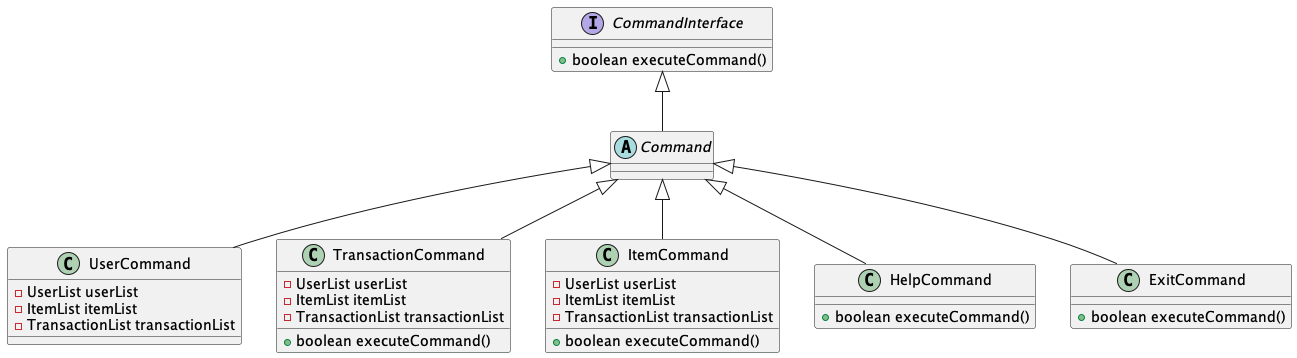
Before: docs/images/CommandDesign.png, a diagram exported from PlantUML (nus-cs2113-AY2223S1/tp). Source of this version:
```plantuml
@startuml
interface CommandInterface {
 +boolean executeCommand()
}
abstract class "Command"
class UserCommand {
 - UserList userList
 - ItemList itemList
 - TransactionList transactionList
}
class TransactionCommand {
 - UserList userList
 - ItemList itemList
 - TransactionList transactionList
 + boolean executeCommand()
}
class ItemCommand {
 - UserList userList
 - ItemList itemList
 - TransactionList transactionList
 + boolean executeCommand()
}
class HelpCommand {
 + boolean executeCommand()
}
class ExitCommand {
 + boolean executeCommand()
}

CommandInterface <|-- Command
Command <|-- UserCommand
Command <|-- TransactionCommand
Command <|-- ItemCommand
Command <|-- HelpCommand
Command <|-- ExitCommand

@enduml
```
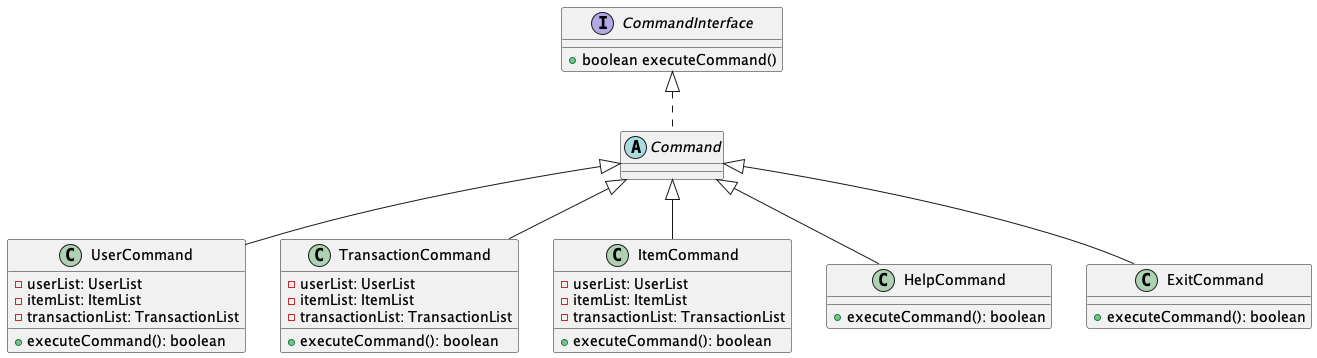
Above is the later version.

Diff of the diagram source:
```diff
@@ -4,30 +4,31 @@
 }
 abstract class "Command"
 class UserCommand {
- - UserList userList
- - ItemList itemList
- - TransactionList transactionList
+ - userList: UserList
+ - itemList: ItemList
+ - transactionList: TransactionList
+ + executeCommand(): boolean
 }
 class TransactionCommand {
- - UserList userList
- - ItemList itemList
- - TransactionList transactionList
- + boolean executeCommand()
+ - userList: UserList
+ - itemList: ItemList
+ - transactionList: TransactionList
+ + executeCommand(): boolean
 }
 class ItemCommand {
- - UserList userList
- - ItemList itemList
- - TransactionList transactionList
- + boolean executeCommand()
+ - userList: UserList
+ - itemList: ItemList
+ - transactionList: TransactionList
+ + executeCommand(): boolean
 }
 class HelpCommand {
- + boolean executeCommand()
+ + executeCommand(): boolean
 }
 class ExitCommand {
- + boolean executeCommand()
+ + executeCommand(): boolean
 }
 
-CommandInterface <|-- Command
+CommandInterface <|.. Command
 Command <|-- UserCommand
 Command <|-- TransactionCommand
 Command <|-- ItemCommand
```
